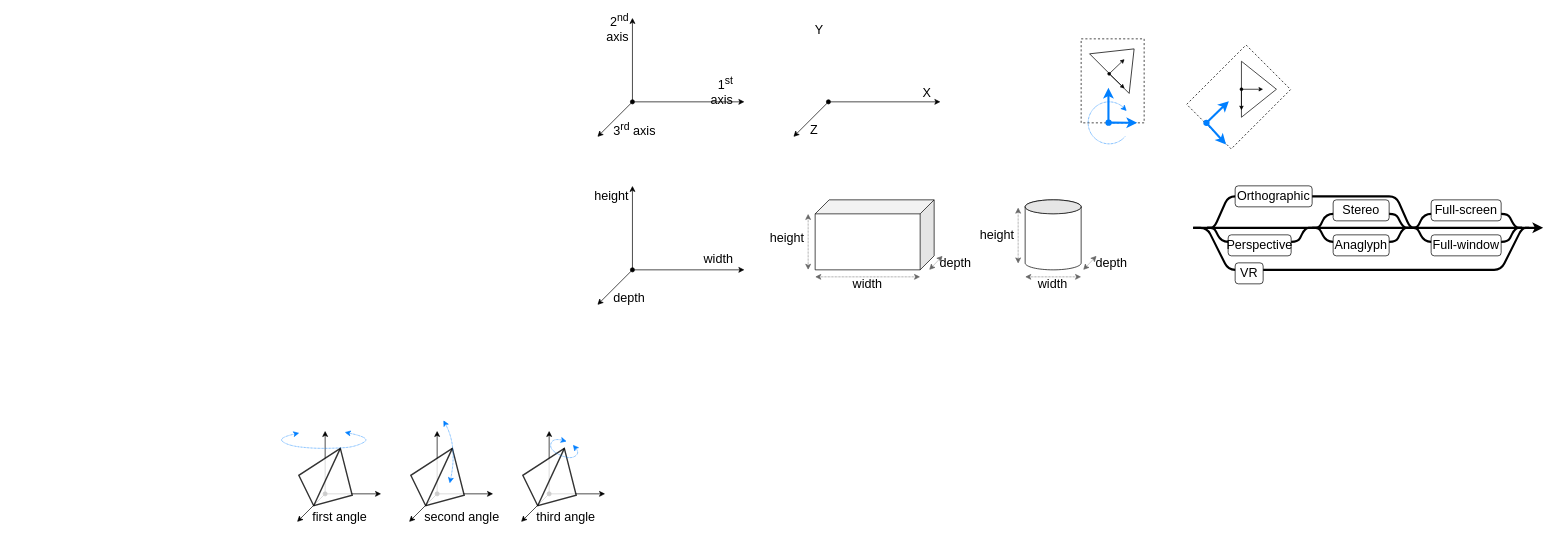
Above: docs/images/images.drawio in boytchev/suica (draw.io), before the change. Source tidied: cells renumbered, new cells numbered last; positions are measured from the earlier drawing's top-left corner, leaving out a move shared by most shapes. Both pictures are drawn from the tidied source at 70%, with x=0, y=0 at pixel (277, 18).
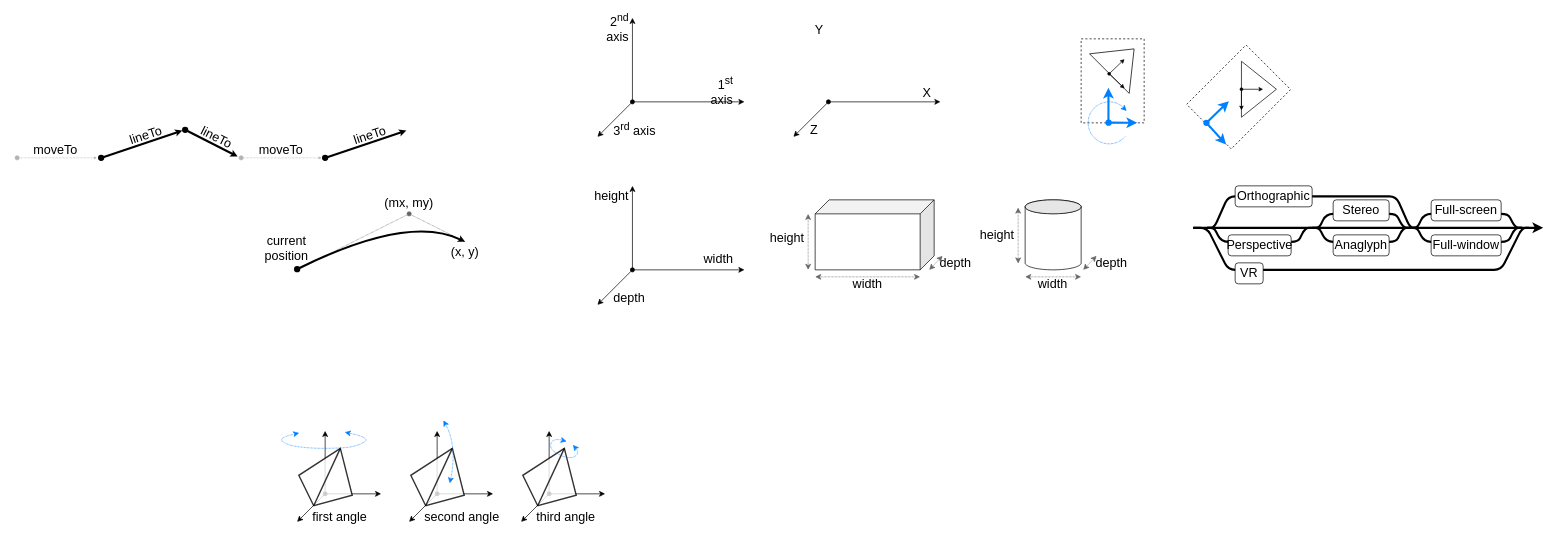
The same diagram, later.

The edit, as a diff of the source:
```diff
@@
+    <mxCell id="81" value="(x, y)" style="text;html=1;strokeColor=none;fillColor=none;align=center;verticalAlign=middle;whiteSpace=wrap;rounded=0;fontFamily=Calibri;fontSize=18;" parent="1" vertex="1">
+      <mxGeometry x="243" y="320" width="50" height="30" as="geometry" />
+    </mxCell>
+    <mxCell id="82" value="(mx, my)" style="text;html=1;strokeColor=none;fillColor=none;align=center;verticalAlign=middle;whiteSpace=wrap;rounded=0;fontFamily=Calibri;fontSize=18;" parent="1" vertex="1">
+      <mxGeometry x="148" y="250" width="80" height="30" as="geometry" />
+    </mxCell>
+    <mxCell id="83" style="endArrow=oval;dashed=1;html=1;dashPattern=1 1;strokeColor=#666666;rounded=0;entryX=0.5;entryY=1;entryDx=0;entryDy=0;endFill=1;" parent="1" edge="1" target="82">
+      <mxGeometry relative="1" as="geometry">
+        <mxPoint x="28" y="360" as="sourcePoint" />
+      </mxGeometry>
+    </mxCell>
+    <mxCell id="84" style="endArrow=none;dashed=1;html=1;dashPattern=1 1;strokeColor=#666666;rounded=0;entryX=0.5;entryY=1;entryDx=0;entryDy=0;exitX=0.5;exitY=0;exitDx=0;exitDy=0;" parent="1" edge="1" source="81" target="82">
+      <mxGeometry relative="1" as="geometry" />
+    </mxCell>
+    <mxCell id="85" value="current position" style="text;html=1;strokeColor=none;fillColor=none;align=center;verticalAlign=middle;whiteSpace=wrap;rounded=0;fontFamily=Calibri;fontSize=18;" parent="1" vertex="1">
+      <mxGeometry x="-22" y="309" width="70" height="41" as="geometry" />
+    </mxCell>
+    <mxCell id="86" style="endArrow=classic;html=1;endFill=1;startArrow=oval;startFill=1;rounded=0;endSize=1;strokeWidth=3;" parent="1" edge="1">
+      <mxGeometry relative="1" as="geometry">
+        <mxPoint x="-252" y="200" as="sourcePoint" />
+        <mxPoint x="-136" y="161" as="targetPoint" />
+      </mxGeometry>
+    </mxCell>
+    <mxCell id="87" style="endArrow=classic;html=1;endFill=1;startArrow=oval;startFill=1;rounded=0;endSize=1;strokeWidth=3;" parent="1" edge="1">
+      <mxGeometry relative="1" as="geometry">
+        <mxPoint x="-132" y="160" as="sourcePoint" />
+        <mxPoint x="-57" y="198" as="targetPoint" />
+      </mxGeometry>
+    </mxCell>
+    <mxCell id="88" style="endArrow=oval;dashed=1;html=1;dashPattern=1 1;strokeColor=#B3B3B3;rounded=0;endFill=1;startArrow=classic;startFill=1;endSize=6;startSize=2;" parent="1" edge="1">
+      <mxGeometry relative="1" as="geometry">
+        <mxPoint x="-258" y="200" as="sourcePoint" />
+        <mxPoint x="-372" y="200" as="targetPoint" />
+      </mxGeometry>
+    </mxCell>
+    <mxCell id="89" value="moveTo" style="text;html=1;strokeColor=none;fillColor=none;align=center;verticalAlign=middle;whiteSpace=wrap;rounded=0;fontFamily=Calibri;fontSize=18;rotation=0;" parent="1" vertex="1">
+      <mxGeometry x="-352" y="174" width="70" height="30" as="geometry" />
+    </mxCell>
+    <mxCell id="90" value="lineTo" style="text;html=1;strokeColor=none;fillColor=none;align=center;verticalAlign=middle;whiteSpace=wrap;rounded=0;fontFamily=Calibri;fontSize=18;rotation=-18;" parent="1" vertex="1">
+      <mxGeometry x="-223" y="153" width="70" height="30" as="geometry" />
+    </mxCell>
+    <mxCell id="91" value="lineTo" style="text;html=1;strokeColor=none;fillColor=none;align=center;verticalAlign=middle;whiteSpace=wrap;rounded=0;fontFamily=Calibri;fontSize=18;rotation=26.700000000000003;" parent="1" vertex="1">
+      <mxGeometry x="-122" y="156" width="70" height="30" as="geometry" />
+    </mxCell>
+    <mxCell id="92" style="endArrow=oval;dashed=1;html=1;dashPattern=1 1;strokeColor=#B3B3B3;rounded=0;endFill=1;startArrow=classic;startFill=1;endSize=6;startSize=2;" parent="1" edge="1">
+      <mxGeometry relative="1" as="geometry">
+        <mxPoint x="63" y="200" as="sourcePoint" />
+        <mxPoint x="-52" y="200" as="targetPoint" />
+      </mxGeometry>
+    </mxCell>
+    <mxCell id="93" value="moveTo" style="text;html=1;strokeColor=none;fillColor=none;align=center;verticalAlign=middle;whiteSpace=wrap;rounded=0;fontFamily=Calibri;fontSize=18;rotation=0;" parent="1" vertex="1">
+      <mxGeometry x="-30" y="174" width="70" height="30" as="geometry" />
+    </mxCell>
+    <mxCell id="94" value="lineTo" style="text;html=1;strokeColor=none;fillColor=none;align=center;verticalAlign=middle;whiteSpace=wrap;rounded=0;fontFamily=Calibri;fontSize=18;rotation=-18;" parent="1" vertex="1">
+      <mxGeometry x="97" y="153" width="70" height="30" as="geometry" />
+    </mxCell>
+    <mxCell id="95" style="endArrow=classic;html=1;endFill=1;startArrow=oval;startFill=1;rounded=0;endSize=1;strokeWidth=3;" parent="1" edge="1">
+      <mxGeometry relative="1" as="geometry">
+        <mxPoint x="68" y="200" as="sourcePoint" />
+        <mxPoint x="184" y="161" as="targetPoint" />
+      </mxGeometry>
+    </mxCell>
+    <mxCell id="96" style="endArrow=classic;html=1;endFill=1;startArrow=oval;startFill=1;endSize=1;strokeWidth=3;curved=1;" parent="1" edge="1">
+      <mxGeometry relative="1" as="geometry">
+        <mxPoint x="28" y="359" as="sourcePoint" />
+        <mxPoint x="268" y="320" as="targetPoint" />
+        <Array as="points">
+          <mxPoint x="188" y="280" />
+        </Array>
+      </mxGeometry>
+    </mxCell>
```
